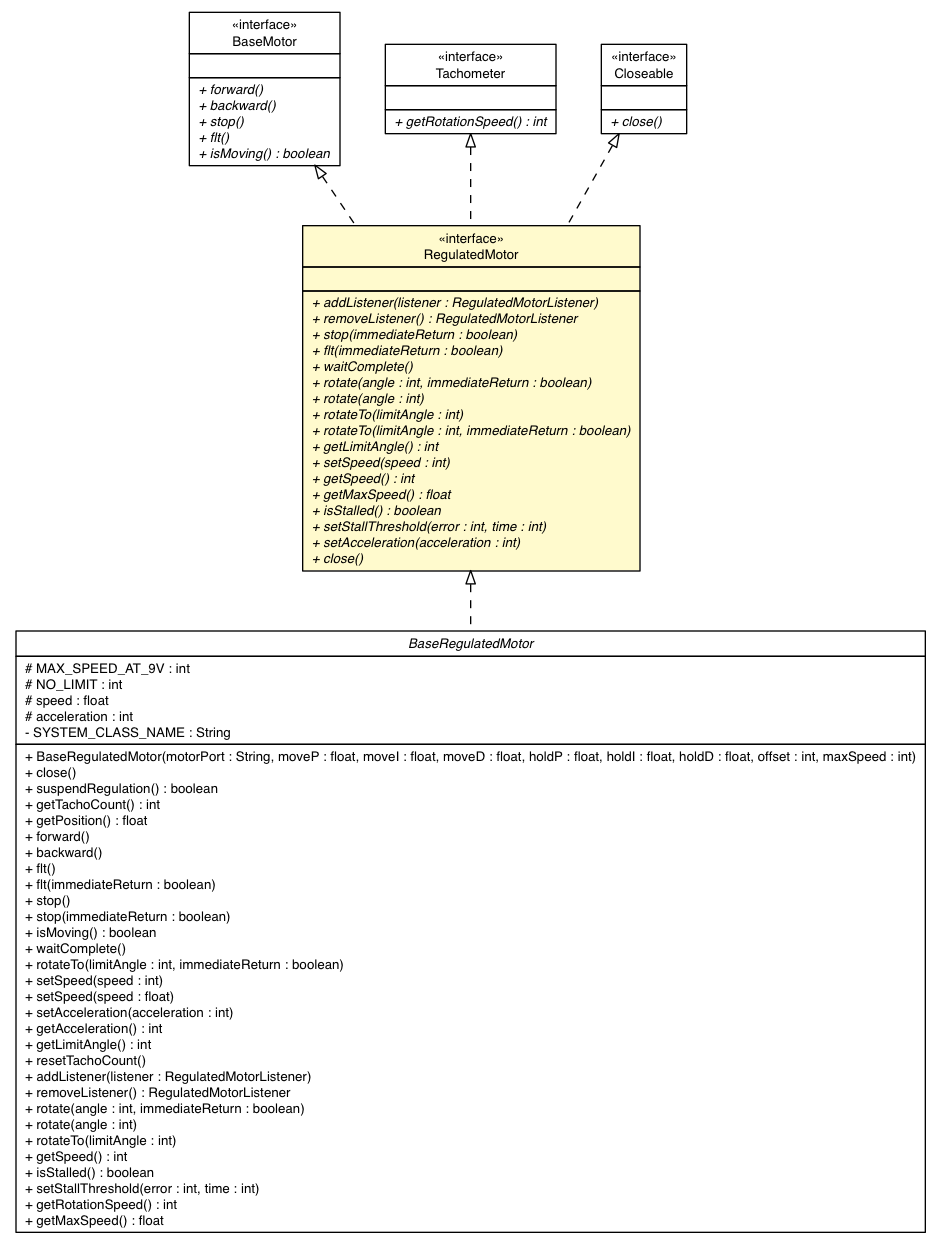
This is docs/api/lejos/robotics/RegulatedMotor.png from DMyTryC/ev3dev-lang-java, a Graphviz export, as it was before one commit. Its source is kept beside it as docs/api/lejos/robotics/RegulatedMotor.dot. The source it was exported from:
```dot

digraph G {
	edge [fontname="Helvetica",fontsize=10,labelfontname="Helvetica",labelfontsize=10];
	node [fontname="Helvetica",fontsize=10,shape=plaintext];
	nodesep=0.25;
	ranksep=0.5;
	c2800 [label=<<table title="ev3dev.hardware.motor.BaseRegulatedMotor" border="0" cellborder="1" cellspacing="0" cellpadding="2" port="p" href="../../ev3dev/hardware/motor/BaseRegulatedMotor.html">
		<tr><td><table border="0" cellspacing="0" cellpadding="1">
<tr><td align="center" balign="center"><font face="Helvetica-Oblique"> BaseRegulatedMotor </font></td></tr>
		</table></td></tr>
		<tr><td><table border="0" cellspacing="0" cellpadding="1">
<tr><td align="left" balign="left"> # MAX_SPEED_AT_9V : int </td></tr>
<tr><td align="left" balign="left"> # NO_LIMIT : int </td></tr>
<tr><td align="left" balign="left"> # speed : float </td></tr>
<tr><td align="left" balign="left"> # acceleration : int </td></tr>
<tr><td align="left" balign="left"> - SYSTEM_CLASS_NAME : String </td></tr>
		</table></td></tr>
		<tr><td><table border="0" cellspacing="0" cellpadding="1">
<tr><td align="left" balign="left"> + BaseRegulatedMotor(motorPort : String, moveP : float, moveI : float, moveD : float, holdP : float, holdI : float, holdD : float, offset : int, maxSpeed : int) </td></tr>
<tr><td align="left" balign="left"> + close() </td></tr>
<tr><td align="left" balign="left"> + suspendRegulation() : boolean </td></tr>
<tr><td align="left" balign="left"> + getTachoCount() : int </td></tr>
<tr><td align="left" balign="left"> + getPosition() : float </td></tr>
<tr><td align="left" balign="left"> + forward() </td></tr>
<tr><td align="left" balign="left"> + backward() </td></tr>
<tr><td align="left" balign="left"> + flt() </td></tr>
<tr><td align="left" balign="left"> + flt(immediateReturn : boolean) </td></tr>
<tr><td align="left" balign="left"> + stop() </td></tr>
<tr><td align="left" balign="left"> + stop(immediateReturn : boolean) </td></tr>
<tr><td align="left" balign="left"> + isMoving() : boolean </td></tr>
<tr><td align="left" balign="left"> + waitComplete() </td></tr>
<tr><td align="left" balign="left"> + rotateTo(limitAngle : int, immediateReturn : boolean) </td></tr>
<tr><td align="left" balign="left"> + setSpeed(speed : int) </td></tr>
<tr><td align="left" balign="left"> + setSpeed(speed : float) </td></tr>
<tr><td align="left" balign="left"> + setAcceleration(acceleration : int) </td></tr>
<tr><td align="left" balign="left"> + getAcceleration() : int </td></tr>
<tr><td align="left" balign="left"> + getLimitAngle() : int </td></tr>
<tr><td align="left" balign="left"> + resetTachoCount() </td></tr>
<tr><td align="left" balign="left"> + addListener(listener : RegulatedMotorListener) </td></tr>
<tr><td align="left" balign="left"> + removeListener() : RegulatedMotorListener </td></tr>
<tr><td align="left" balign="left"> + rotate(angle : int, immediateReturn : boolean) </td></tr>
<tr><td align="left" balign="left"> + rotate(angle : int) </td></tr>
<tr><td align="left" balign="left"> + rotateTo(limitAngle : int) </td></tr>
<tr><td align="left" balign="left"> + getSpeed() : int </td></tr>
<tr><td align="left" balign="left"> + isStalled() : boolean </td></tr>
<tr><td align="left" balign="left"> + setStallThreshold(error : int, time : int) </td></tr>
<tr><td align="left" balign="left"> + getRotationSpeed() : int </td></tr>
<tr><td align="left" balign="left"> + getMaxSpeed() : float </td></tr>
		</table></td></tr>
		</table>>, URL="../../ev3dev/hardware/motor/BaseRegulatedMotor.html", fontname="Helvetica", fontcolor="black", fontsize=10.0];
	c2817 [label=<<table title="lejos.robotics.BaseMotor" border="0" cellborder="1" cellspacing="0" cellpadding="2" port="p" href="./BaseMotor.html">
		<tr><td><table border="0" cellspacing="0" cellpadding="1">
<tr><td align="center" balign="center"> &#171;interface&#187; </td></tr>
<tr><td align="center" balign="center"> BaseMotor </td></tr>
		</table></td></tr>
		<tr><td><table border="0" cellspacing="0" cellpadding="1">
<tr><td align="left" balign="left">  </td></tr>
		</table></td></tr>
		<tr><td><table border="0" cellspacing="0" cellpadding="1">
<tr><td align="left" balign="left"><font face="Helvetica-Oblique" point-size="10.0"> + forward() </font></td></tr>
<tr><td align="left" balign="left"><font face="Helvetica-Oblique" point-size="10.0"> + backward() </font></td></tr>
<tr><td align="left" balign="left"><font face="Helvetica-Oblique" point-size="10.0"> + stop() </font></td></tr>
<tr><td align="left" balign="left"><font face="Helvetica-Oblique" point-size="10.0"> + flt() </font></td></tr>
<tr><td align="left" balign="left"><font face="Helvetica-Oblique" point-size="10.0"> + isMoving() : boolean </font></td></tr>
		</table></td></tr>
		</table>>, URL="./BaseMotor.html", fontname="Helvetica", fontcolor="black", fontsize=10.0];
	c2821 [label=<<table title="lejos.robotics.RegulatedMotor" border="0" cellborder="1" cellspacing="0" cellpadding="2" port="p" bgcolor="lemonChiffon" href="./RegulatedMotor.html">
		<tr><td><table border="0" cellspacing="0" cellpadding="1">
<tr><td align="center" balign="center"> &#171;interface&#187; </td></tr>
<tr><td align="center" balign="center"> RegulatedMotor </td></tr>
		</table></td></tr>
		<tr><td><table border="0" cellspacing="0" cellpadding="1">
<tr><td align="left" balign="left">  </td></tr>
		</table></td></tr>
		<tr><td><table border="0" cellspacing="0" cellpadding="1">
<tr><td align="left" balign="left"><font face="Helvetica-Oblique" point-size="10.0"> + addListener(listener : RegulatedMotorListener) </font></td></tr>
<tr><td align="left" balign="left"><font face="Helvetica-Oblique" point-size="10.0"> + removeListener() : RegulatedMotorListener </font></td></tr>
<tr><td align="left" balign="left"><font face="Helvetica-Oblique" point-size="10.0"> + stop(immediateReturn : boolean) </font></td></tr>
<tr><td align="left" balign="left"><font face="Helvetica-Oblique" point-size="10.0"> + flt(immediateReturn : boolean) </font></td></tr>
<tr><td align="left" balign="left"><font face="Helvetica-Oblique" point-size="10.0"> + waitComplete() </font></td></tr>
<tr><td align="left" balign="left"><font face="Helvetica-Oblique" point-size="10.0"> + rotate(angle : int, immediateReturn : boolean) </font></td></tr>
<tr><td align="left" balign="left"><font face="Helvetica-Oblique" point-size="10.0"> + rotate(angle : int) </font></td></tr>
<tr><td align="left" balign="left"><font face="Helvetica-Oblique" point-size="10.0"> + rotateTo(limitAngle : int) </font></td></tr>
<tr><td align="left" balign="left"><font face="Helvetica-Oblique" point-size="10.0"> + rotateTo(limitAngle : int, immediateReturn : boolean) </font></td></tr>
<tr><td align="left" balign="left"><font face="Helvetica-Oblique" point-size="10.0"> + getLimitAngle() : int </font></td></tr>
<tr><td align="left" balign="left"><font face="Helvetica-Oblique" point-size="10.0"> + setSpeed(speed : int) </font></td></tr>
<tr><td align="left" balign="left"><font face="Helvetica-Oblique" point-size="10.0"> + getSpeed() : int </font></td></tr>
<tr><td align="left" balign="left"><font face="Helvetica-Oblique" point-size="10.0"> + getMaxSpeed() : float </font></td></tr>
<tr><td align="left" balign="left"><font face="Helvetica-Oblique" point-size="10.0"> + isStalled() : boolean </font></td></tr>
<tr><td align="left" balign="left"><font face="Helvetica-Oblique" point-size="10.0"> + setStallThreshold(error : int, time : int) </font></td></tr>
<tr><td align="left" balign="left"><font face="Helvetica-Oblique" point-size="10.0"> + setAcceleration(acceleration : int) </font></td></tr>
<tr><td align="left" balign="left"><font face="Helvetica-Oblique" point-size="10.0"> + close() </font></td></tr>
		</table></td></tr>
		</table>>, URL="./RegulatedMotor.html", fontname="Helvetica", fontcolor="black", fontsize=10.0];
	c2824 [label=<<table title="lejos.robotics.Tachometer" border="0" cellborder="1" cellspacing="0" cellpadding="2" port="p" href="./Tachometer.html">
		<tr><td><table border="0" cellspacing="0" cellpadding="1">
<tr><td align="center" balign="center"> &#171;interface&#187; </td></tr>
<tr><td align="center" balign="center"> Tachometer </td></tr>
		</table></td></tr>
		<tr><td><table border="0" cellspacing="0" cellpadding="1">
<tr><td align="left" balign="left">  </td></tr>
		</table></td></tr>
		<tr><td><table border="0" cellspacing="0" cellpadding="1">
<tr><td align="left" balign="left"><font face="Helvetica-Oblique" point-size="10.0"> + getRotationSpeed() : int </font></td></tr>
		</table></td></tr>
		</table>>, URL="./Tachometer.html", fontname="Helvetica", fontcolor="black", fontsize=10.0];
	c2821:p -> c2800:p [dir=back,arrowtail=empty,style=dashed];
	c2817:p -> c2821:p [dir=back,arrowtail=empty,style=dashed];
	c2824:p -> c2821:p [dir=back,arrowtail=empty,style=dashed];
	c2852:p -> c2821:p [dir=back,arrowtail=empty,style=dashed];
	c2852 [label=<<table title="java.io.Closeable" border="0" cellborder="1" cellspacing="0" cellpadding="2" port="p" href="http://java.sun.com/j2se/1.4.2/docs/api/java/io/Closeable.html">
		<tr><td><table border="0" cellspacing="0" cellpadding="1">
<tr><td align="center" balign="center"> &#171;interface&#187; </td></tr>
<tr><td align="center" balign="center"> Closeable </td></tr>
		</table></td></tr>
		<tr><td><table border="0" cellspacing="0" cellpadding="1">
<tr><td align="left" balign="left">  </td></tr>
		</table></td></tr>
		<tr><td><table border="0" cellspacing="0" cellpadding="1">
<tr><td align="left" balign="left"><font face="Helvetica-Oblique" point-size="10.0"> + close() </font></td></tr>
		</table></td></tr>
		</table>>, URL="http://java.sun.com/j2se/1.4.2/docs/api/java/io/Closeable.html", fontname="Helvetica", fontcolor="black", fontsize=10.0];
}
```
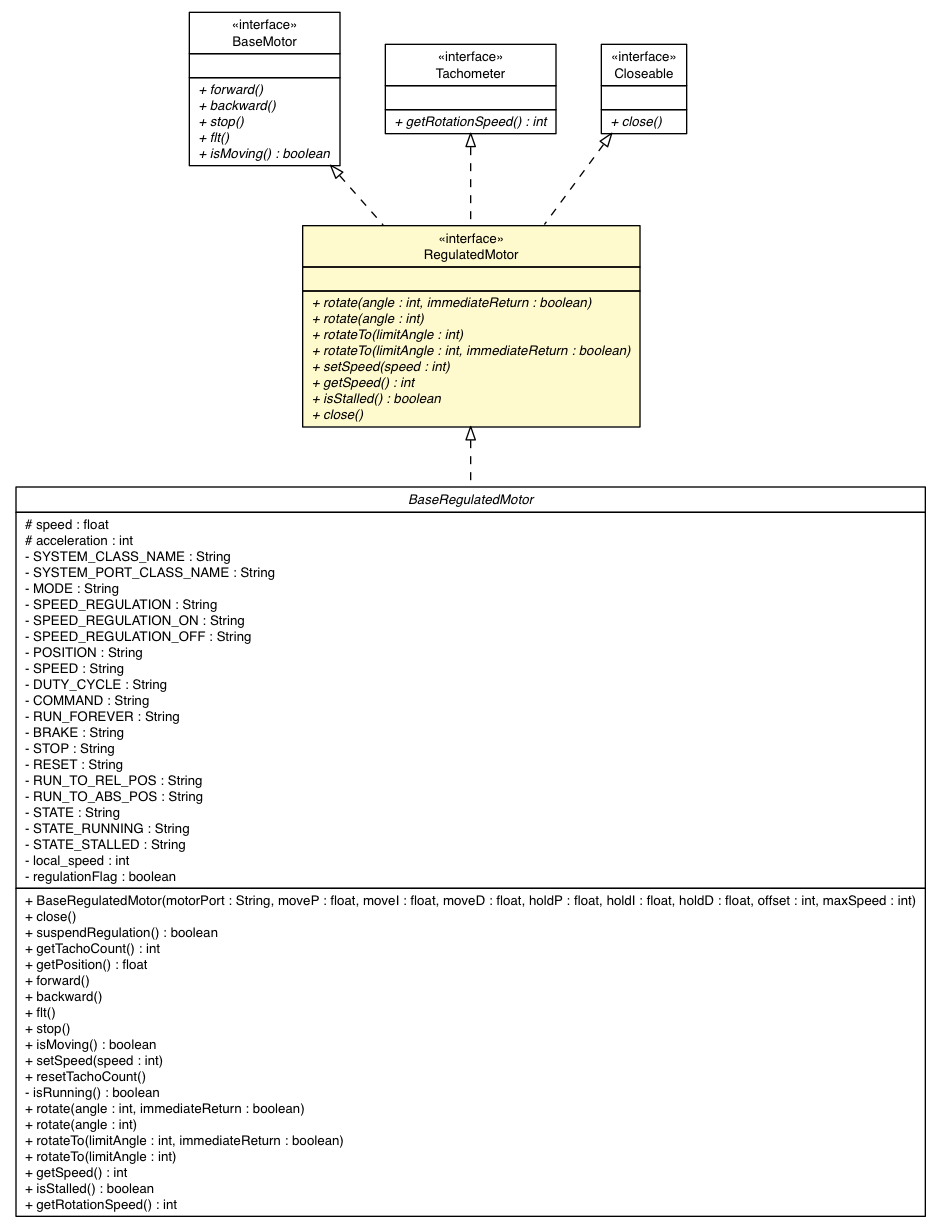
The same file after the commit.

What changed in the source:
```diff
@@ -4,16 +4,34 @@
 	node [fontname="Helvetica",fontsize=10,shape=plaintext];
 	nodesep=0.25;
 	ranksep=0.5;
-	c2800 [label=<<table title="ev3dev.hardware.motor.BaseRegulatedMotor" border="0" cellborder="1" cellspacing="0" cellpadding="2" port="p" href="../../ev3dev/hardware/motor/BaseRegulatedMotor.html">
+	c4763 [label=<<table title="ev3dev.hardware.motor.BaseRegulatedMotor" border="0" cellborder="1" cellspacing="0" cellpadding="2" port="p" href="../../ev3dev/hardware/motor/BaseRegulatedMotor.html">
 		<tr><td><table border="0" cellspacing="0" cellpadding="1">
 <tr><td align="center" balign="center"><font face="Helvetica-Oblique"> BaseRegulatedMotor </font></td></tr>
 		</table></td></tr>
 		<tr><td><table border="0" cellspacing="0" cellpadding="1">
-<tr><td align="left" balign="left"> # MAX_SPEED_AT_9V : int </td></tr>
-<tr><td align="left" balign="left"> # NO_LIMIT : int </td></tr>
 <tr><td align="left" balign="left"> # speed : float </td></tr>
 <tr><td align="left" balign="left"> # acceleration : int </td></tr>
 <tr><td align="left" balign="left"> - SYSTEM_CLASS_NAME : String </td></tr>
+<tr><td align="left" balign="left"> - SYSTEM_PORT_CLASS_NAME : String </td></tr>
+<tr><td align="left" balign="left"> - MODE : String </td></tr>
+<tr><td align="left" balign="left"> - SPEED_REGULATION : String </td></tr>
+<tr><td align="left" balign="left"> - SPEED_REGULATION_ON : String </td></tr>
+<tr><td align="left" balign="left"> - SPEED_REGULATION_OFF : String </td></tr>
+<tr><td align="left" balign="left"> - POSITION : String </td></tr>
+<tr><td align="left" balign="left"> - SPEED : String </td></tr>
+<tr><td align="left" balign="left"> - DUTY_CYCLE : String </td></tr>
+<tr><td align="left" balign="left"> - COMMAND : String </td></tr>
+<tr><td align="left" balign="left"> - RUN_FOREVER : String </td></tr>
+<tr><td align="left" balign="left"> - BRAKE : String </td></tr>
+<tr><td align="left" balign="left"> - STOP : String </td></tr>
+<tr><td align="left" balign="left"> - RESET : String </td></tr>
+<tr><td align="left" balign="left"> - RUN_TO_REL_POS : String </td></tr>
+<tr><td align="left" balign="left"> - RUN_TO_ABS_POS : String </td></tr>
+<tr><td align="left" balign="left"> - STATE : String </td></tr>
+<tr><td align="left" balign="left"> - STATE_RUNNING : String </td></tr>
+<tr><td align="left" balign="left"> - STATE_STALLED : String </td></tr>
+<tr><td align="left" balign="left"> - local_speed : int </td></tr>
+<tr><td align="left" balign="left"> - regulationFlag : boolean </td></tr>
 		</table></td></tr>
 		<tr><td><table border="0" cellspacing="0" cellpadding="1">
 <tr><td align="left" balign="left"> + BaseRegulatedMotor(motorPort : String, moveP : float, moveI : float, moveD : float, holdP : float, holdI : float, holdD : float, offset : int, maxSpeed : int) </td></tr>
@@ -24,31 +42,21 @@
 <tr><td align="left" balign="left"> + forward() </td></tr>
 <tr><td align="left" balign="left"> + backward() </td></tr>
 <tr><td align="left" balign="left"> + flt() </td></tr>
-<tr><td align="left" balign="left"> + flt(immediateReturn : boolean) </td></tr>
 <tr><td align="left" balign="left"> + stop() </td></tr>
-<tr><td align="left" balign="left"> + stop(immediateReturn : boolean) </td></tr>
 <tr><td align="left" balign="left"> + isMoving() : boolean </td></tr>
-<tr><td align="left" balign="left"> + waitComplete() </td></tr>
-<tr><td align="left" balign="left"> + rotateTo(limitAngle : int, immediateReturn : boolean) </td></tr>
 <tr><td align="left" balign="left"> + setSpeed(speed : int) </td></tr>
-<tr><td align="left" balign="left"> + setSpeed(speed : float) </td></tr>
-<tr><td align="left" balign="left"> + setAcceleration(acceleration : int) </td></tr>
-<tr><td align="left" balign="left"> + getAcceleration() : int </td></tr>
-<tr><td align="left" balign="left"> + getLimitAngle() : int </td></tr>
 <tr><td align="left" balign="left"> + resetTachoCount() </td></tr>
-<tr><td align="left" balign="left"> + addListener(listener : RegulatedMotorListener) </td></tr>
-<tr><td align="left" balign="left"> + removeListener() : RegulatedMotorListener </td></tr>
+<tr><td align="left" balign="left"> - isRunning() : boolean </td></tr>
 <tr><td align="left" balign="left"> + rotate(angle : int, immediateReturn : boolean) </td></tr>
 <tr><td align="left" balign="left"> + rotate(angle : int) </td></tr>
+<tr><td align="left" balign="left"> + rotateTo(limitAngle : int, immediateReturn : boolean) </td></tr>
 <tr><td align="left" balign="left"> + rotateTo(limitAngle : int) </td></tr>
 <tr><td align="left" balign="left"> + getSpeed() : int </td></tr>
 <tr><td align="left" balign="left"> + isStalled() : boolean </td></tr>
-<tr><td align="left" balign="left"> + setStallThreshold(error : int, time : int) </td></tr>
 <tr><td align="left" balign="left"> + getRotationSpeed() : int </td></tr>
-<tr><td align="left" balign="left"> + getMaxSpeed() : float </td></tr>
 		</table></td></tr>
 		</table>>, URL="../../ev3dev/hardware/motor/BaseRegulatedMotor.html", fontname="Helvetica", fontcolor="black", fontsize=10.0];
-	c2817 [label=<<table title="lejos.robotics.BaseMotor" border="0" cellborder="1" cellspacing="0" cellpadding="2" port="p" href="./BaseMotor.html">
+	c4792 [label=<<table title="lejos.robotics.BaseMotor" border="0" cellborder="1" cellspacing="0" cellpadding="2" port="p" href="./BaseMotor.html">
 		<tr><td><table border="0" cellspacing="0" cellpadding="1">
 <tr><td align="center" balign="center"> &#171;interface&#187; </td></tr>
 <tr><td align="center" balign="center"> BaseMotor </td></tr>
@@ -64,7 +72,7 @@
 <tr><td align="left" balign="left"><font face="Helvetica-Oblique" point-size="10.0"> + isMoving() : boolean </font></td></tr>
 		</table></td></tr>
 		</table>>, URL="./BaseMotor.html", fontname="Helvetica", fontcolor="black", fontsize=10.0];
-	c2821 [label=<<table title="lejos.robotics.RegulatedMotor" border="0" cellborder="1" cellspacing="0" cellpadding="2" port="p" bgcolor="lemonChiffon" href="./RegulatedMotor.html">
+	c4799 [label=<<table title="lejos.robotics.RegulatedMotor" border="0" cellborder="1" cellspacing="0" cellpadding="2" port="p" bgcolor="lemonChiffon" href="./RegulatedMotor.html">
 		<tr><td><table border="0" cellspacing="0" cellpadding="1">
 <tr><td align="center" balign="center"> &#171;interface&#187; </td></tr>
 <tr><td align="center" balign="center"> RegulatedMotor </td></tr>
@@ -73,26 +81,17 @@
 <tr><td align="left" balign="left">  </td></tr>
 		</table></td></tr>
 		<tr><td><table border="0" cellspacing="0" cellpadding="1">
-<tr><td align="left" balign="left"><font face="Helvetica-Oblique" point-size="10.0"> + addListener(listener : RegulatedMotorListener) </font></td></tr>
-<tr><td align="left" balign="left"><font face="Helvetica-Oblique" point-size="10.0"> + removeListener() : RegulatedMotorListener </font></td></tr>
-<tr><td align="left" balign="left"><font face="Helvetica-Oblique" point-size="10.0"> + stop(immediateReturn : boolean) </font></td></tr>
-<tr><td align="left" balign="left"><font face="Helvetica-Oblique" point-size="10.0"> + flt(immediateReturn : boolean) </font></td></tr>
-<tr><td align="left" balign="left"><font face="Helvetica-Oblique" point-size="10.0"> + waitComplete() </font></td></tr>
 <tr><td align="left" balign="left"><font face="Helvetica-Oblique" point-size="10.0"> + rotate(angle : int, immediateReturn : boolean) </font></td></tr>
 <tr><td align="left" balign="left"><font face="Helvetica-Oblique" point-size="10.0"> + rotate(angle : int) </font></td></tr>
 <tr><td align="left" balign="left"><font face="Helvetica-Oblique" point-size="10.0"> + rotateTo(limitAngle : int) </font></td></tr>
 <tr><td align="left" balign="left"><font face="Helvetica-Oblique" point-size="10.0"> + rotateTo(limitAngle : int, immediateReturn : boolean) </font></td></tr>
-<tr><td align="left" balign="left"><font face="Helvetica-Oblique" point-size="10.0"> + getLimitAngle() : int </font></td></tr>
 <tr><td align="left" balign="left"><font face="Helvetica-Oblique" point-size="10.0"> + setSpeed(speed : int) </font></td></tr>
 <tr><td align="left" balign="left"><font face="Helvetica-Oblique" point-size="10.0"> + getSpeed() : int </font></td></tr>
-<tr><td align="left" balign="left"><font face="Helvetica-Oblique" point-size="10.0"> + getMaxSpeed() : float </font></td></tr>
 <tr><td align="left" balign="left"><font face="Helvetica-Oblique" point-size="10.0"> + isStalled() : boolean </font></td></tr>
-<tr><td align="left" balign="left"><font face="Helvetica-Oblique" point-size="10.0"> + setStallThreshold(error : int, time : int) </font></td></tr>
-<tr><td align="left" balign="left"><font face="Helvetica-Oblique" point-size="10.0"> + setAcceleration(acceleration : int) </font></td></tr>
 <tr><td align="left" balign="left"><font face="Helvetica-Oblique" point-size="10.0"> + close() </font></td></tr>
 		</table></td></tr>
 		</table>>, URL="./RegulatedMotor.html", fontname="Helvetica", fontcolor="black", fontsize=10.0];
-	c2824 [label=<<table title="lejos.robotics.Tachometer" border="0" cellborder="1" cellspacing="0" cellpadding="2" port="p" href="./Tachometer.html">
+	c4801 [label=<<table title="lejos.robotics.Tachometer" border="0" cellborder="1" cellspacing="0" cellpadding="2" port="p" href="./Tachometer.html">
 		<tr><td><table border="0" cellspacing="0" cellpadding="1">
 <tr><td align="center" balign="center"> &#171;interface&#187; </td></tr>
 <tr><td align="center" balign="center"> Tachometer </td></tr>
@@ -104,11 +103,11 @@
 <tr><td align="left" balign="left"><font face="Helvetica-Oblique" point-size="10.0"> + getRotationSpeed() : int </font></td></tr>
 		</table></td></tr>
 		</table>>, URL="./Tachometer.html", fontname="Helvetica", fontcolor="black", fontsize=10.0];
-	c2821:p -> c2800:p [dir=back,arrowtail=empty,style=dashed];
-	c2817:p -> c2821:p [dir=back,arrowtail=empty,style=dashed];
-	c2824:p -> c2821:p [dir=back,arrowtail=empty,style=dashed];
-	c2852:p -> c2821:p [dir=back,arrowtail=empty,style=dashed];
-	c2852 [label=<<table title="java.io.Closeable" border="0" cellborder="1" cellspacing="0" cellpadding="2" port="p" href="http://java.sun.com/j2se/1.4.2/docs/api/java/io/Closeable.html">
+	c4799:p -> c4763:p [dir=back,arrowtail=empty,style=dashed];
+	c4792:p -> c4799:p [dir=back,arrowtail=empty,style=dashed];
+	c4801:p -> c4799:p [dir=back,arrowtail=empty,style=dashed];
+	c4828:p -> c4799:p [dir=back,arrowtail=empty,style=dashed];
+	c4828 [label=<<table title="java.io.Closeable" border="0" cellborder="1" cellspacing="0" cellpadding="2" port="p" href="http://java.sun.com/j2se/1.4.2/docs/api/java/io/Closeable.html">
 		<tr><td><table border="0" cellspacing="0" cellpadding="1">
 <tr><td align="center" balign="center"> &#171;interface&#187; </td></tr>
 <tr><td align="center" balign="center"> Closeable </td></tr>
```
